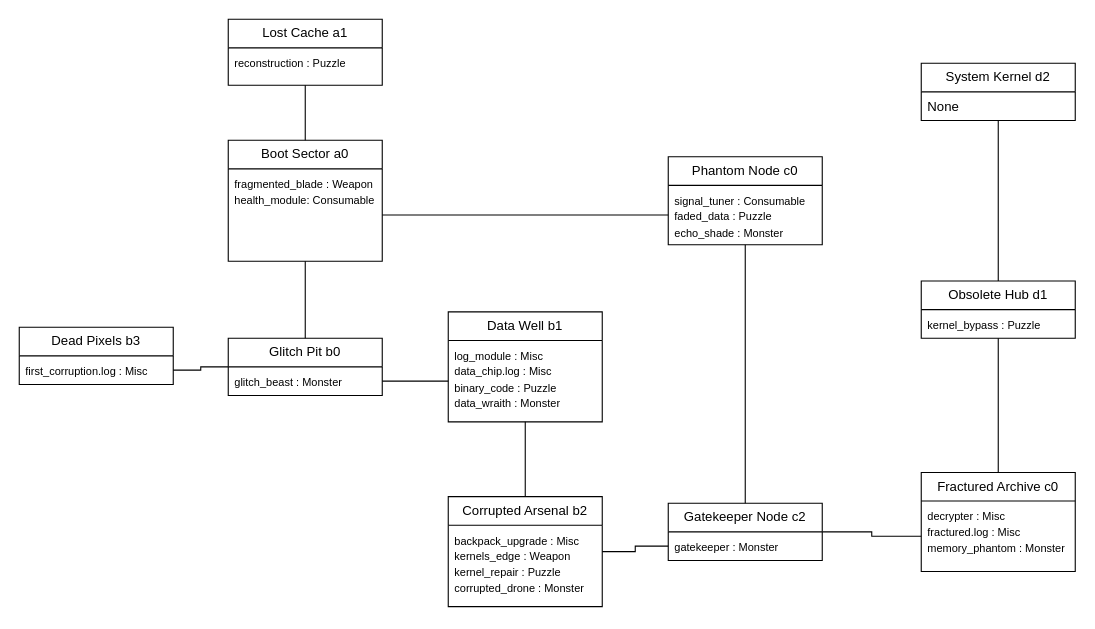
rey301/game_corrupted_labyrinth keeps this draw.io diagram as game_map.drawio. Above is the earlier version. Source tidied: cells renumbered, new cells numbered last; positions are measured from the earlier drawing's top-left corner, leaving out a move shared by most shapes. Both pictures are drawn from the tidied source at 110%, with x=0, y=0 at pixel (19, 19).
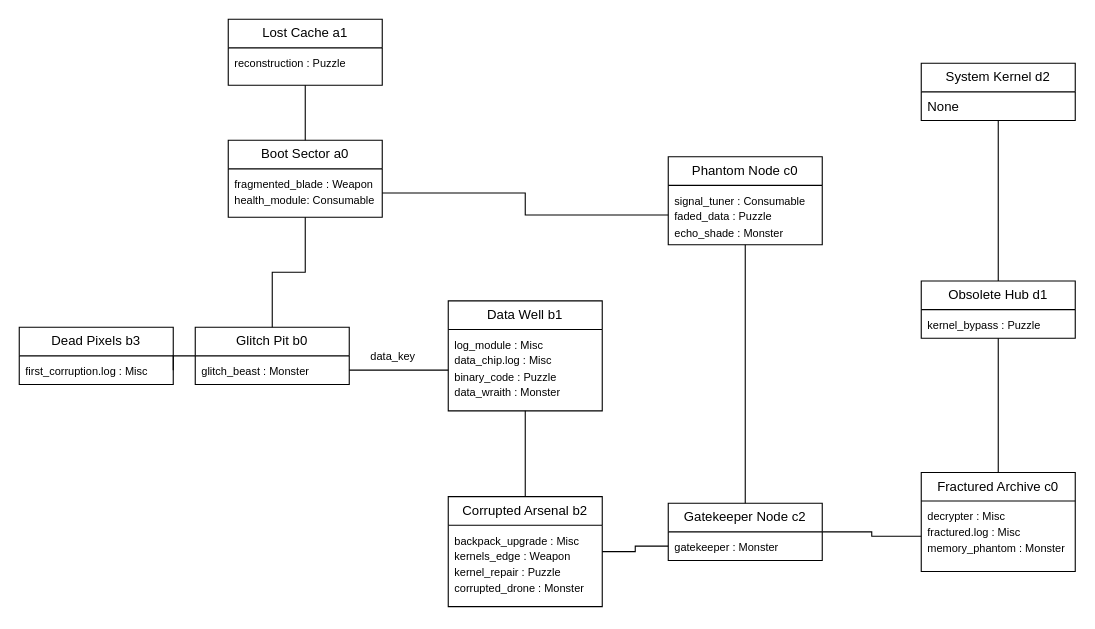
After the change.

The edit, as a diff of the source:
```diff
@@
     <mxCell id="3" value="Boot Sector a0" style="swimlane;fontStyle=0;horizontal=1;startSize=26;fillColor=none;whiteSpace=wrap;html=1;" parent="1" vertex="1">
-      <mxGeometry x="190" y="110" width="140" height="110" as="geometry" />
+      <mxGeometry x="190" y="110" width="140" height="70" as="geometry" />
     </mxCell>
     <mxCell id="4" value="&lt;span style=&quot;font-size: 10px;&quot;&gt;fragmented_blade : Weapon&lt;/span&gt;&lt;div&gt;&lt;span style=&quot;font-size: 10px;&quot;&gt;health_module: Consumable&lt;/span&gt;&lt;/div&gt;&lt;div&gt;&lt;span style=&quot;font-size: 10px;&quot;&gt;&lt;br&gt;&lt;/span&gt;&lt;/div&gt;" style="text;strokeColor=none;fillColor=none;align=left;verticalAlign=top;spacingLeft=4;spacingRight=4;overflow=hidden;points=[[0,0.5],[1,0.5]];portConstraint=eastwest;whiteSpace=wrap;html=1;" parent="3" vertex="1">
-      <mxGeometry y="26" width="140" height="84" as="geometry" />
+      <mxGeometry y="26" width="140" height="44" as="geometry" />
     </mxCell>
@@
     <mxCell id="9" value="Glitch Pit b0" style="swimlane;fontStyle=0;horizontal=1;startSize=26;fillColor=none;whiteSpace=wrap;html=1;" parent="1" vertex="1">
-      <mxGeometry x="190" y="290" width="140" height="52" as="geometry" />
+      <mxGeometry x="160" y="280" width="140" height="52" as="geometry" />
     </mxCell>
@@
     <mxCell id="14" value="Data Well b1" style="swimlane;fontStyle=0;horizontal=1;startSize=26;fillColor=none;whiteSpace=wrap;html=1;" parent="1" vertex="1">
-      <mxGeometry x="390" y="266" width="140" height="100" as="geometry" />
+      <mxGeometry x="390" y="256" width="140" height="100" as="geometry" />
     </mxCell>
@@
+    <mxCell id="35" value="&lt;font style=&quot;font-size: 10px;&quot;&gt;data_key&lt;/font&gt;" style="text;html=1;whiteSpace=wrap;strokeColor=none;fillColor=none;align=center;verticalAlign=middle;rounded=0;" parent="1" vertex="1">
+      <mxGeometry x="310" y="291" width="60" height="30" as="geometry" />
+    </mxCell>
```
